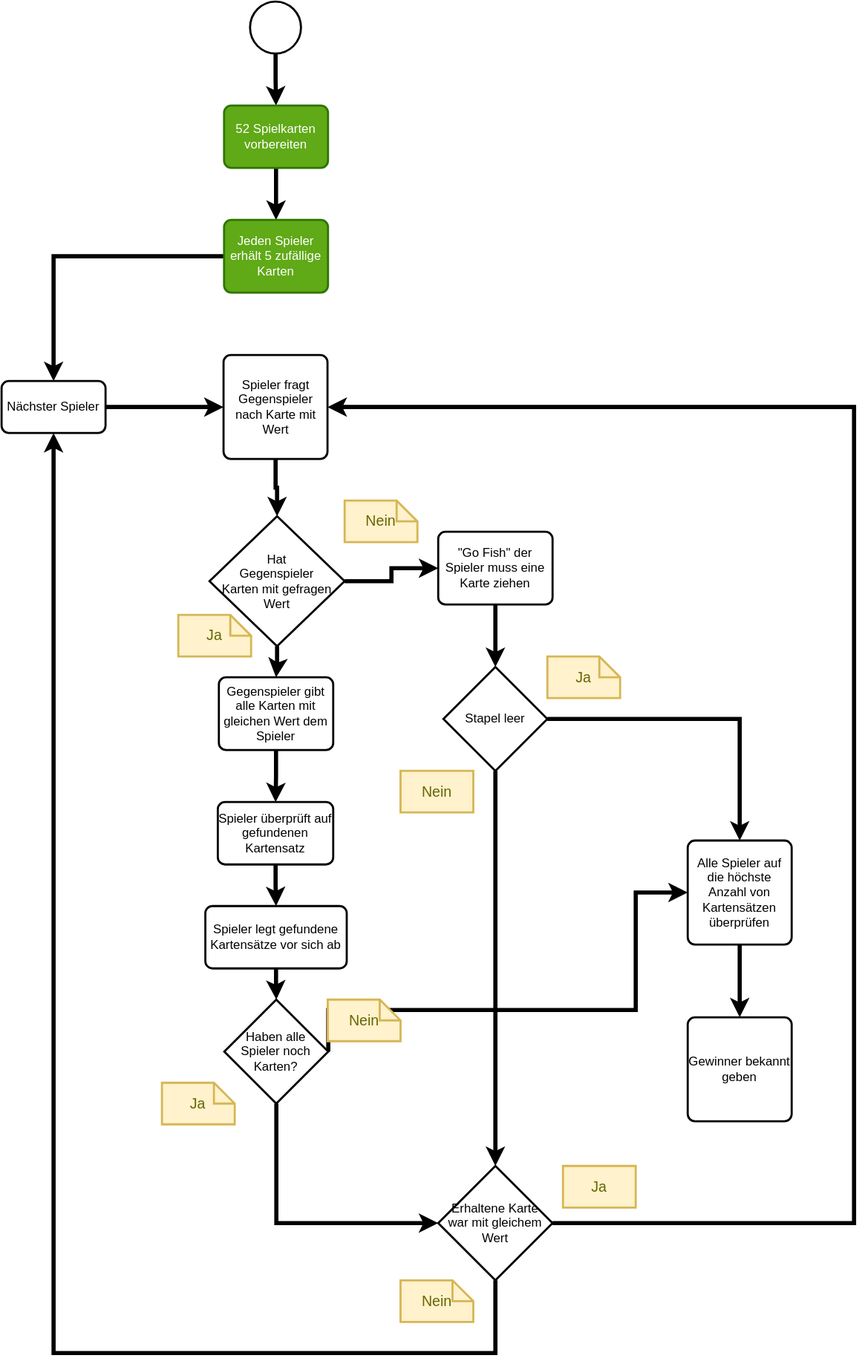
Earlier version of the draw.io export documentation/spielablauf.drawio.svg (GregorBiswanger/go-fish-core). Source tidied: cells renumbered, new cells last; positions are measured from the earlier drawing's top-left corner, leaving out a move shared by most shapes.
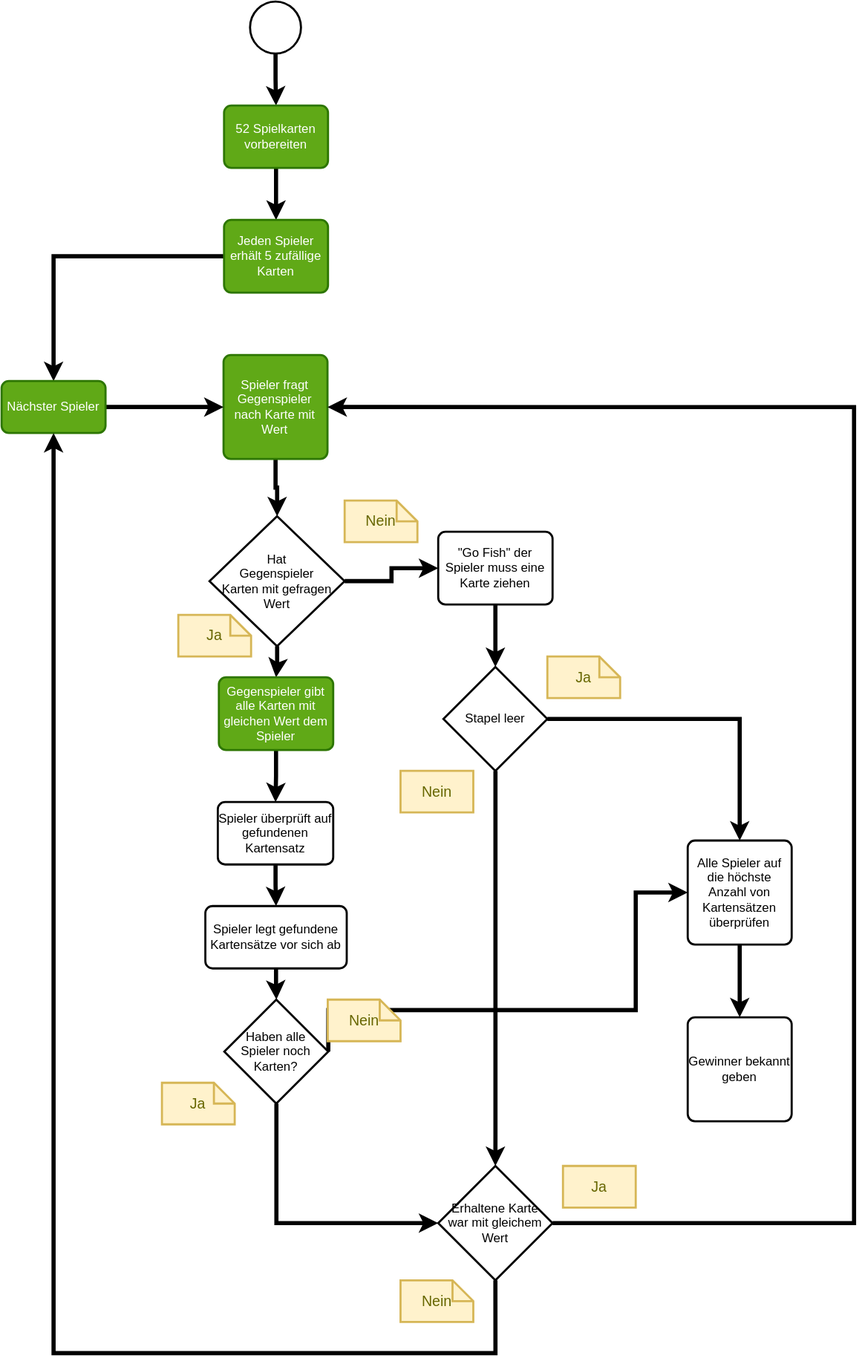
The same diagram one commit later.

Commit message:
Spieler fragt Gegenspieler nach vorhandenen Karten mit Wert, dann erhält Spieler diese Karten

Change to the diagram source:
```diff
@@ -23,7 +23,7 @@
     <mxCell id="8" style="edgeStyle=orthogonalEdgeStyle;rounded=0;jettySize=auto;html=1;strokeWidth=4;" parent="1" edge="1" source="9" target="12">
       <mxGeometry relative="1" as="geometry" />
     </mxCell>
-    <mxCell id="9" value="Spieler fragt Gegenspieler nach Karte mit Wert" style="rounded=1;whiteSpace=wrap;html=1;absoluteArcSize=1;arcSize=14;strokeWidth=2;" parent="1" vertex="1">
+    <mxCell id="9" value="Spieler fragt Gegenspieler nach Karte mit Wert" style="rounded=1;whiteSpace=wrap;html=1;absoluteArcSize=1;arcSize=14;strokeWidth=2;fillColor=#60a917;strokeColor=#2D7600;fontColor=#ffffff;" parent="1" vertex="1">
       <mxGeometry x="213.5" y="340" width="100" height="100" as="geometry" />
     </mxCell>
     <mxCell id="10" style="edgeStyle=orthogonalEdgeStyle;rounded=0;jettySize=auto;html=1;strokeWidth=4;" parent="1" edge="1" source="12" target="14">
@@ -38,7 +38,7 @@
     <mxCell id="13" style="edgeStyle=orthogonalEdgeStyle;rounded=0;jettySize=auto;html=1;strokeWidth=4;" parent="1" edge="1" source="14" target="16">
       <mxGeometry relative="1" as="geometry" />
     </mxCell>
-    <mxCell id="14" value="Gegenspieler gibt alle Karten mit gleichen Wert dem Spieler" style="rounded=1;whiteSpace=wrap;html=1;absoluteArcSize=1;arcSize=14;strokeWidth=2;" parent="1" vertex="1">
+    <mxCell id="14" value="Gegenspieler gibt alle Karten mit gleichen Wert dem Spieler" style="rounded=1;whiteSpace=wrap;html=1;absoluteArcSize=1;arcSize=14;strokeWidth=2;fillColor=#60a917;strokeColor=#2D7600;fontColor=#ffffff;" parent="1" vertex="1">
       <mxGeometry x="209" y="650" width="110" height="70" as="geometry" />
     </mxCell>
     <mxCell id="15" style="edgeStyle=orthogonalEdgeStyle;rounded=0;jettySize=auto;html=1;strokeWidth=4;" parent="1" edge="1" source="16" target="42">
@@ -87,7 +87,7 @@
     <mxCell id="28" style="edgeStyle=orthogonalEdgeStyle;rounded=0;jettySize=auto;html=1;strokeWidth=4;" parent="1" edge="1" source="29" target="9">
       <mxGeometry relative="1" as="geometry" />
     </mxCell>
-    <mxCell id="29" value="Nächster Spieler" style="rounded=1;whiteSpace=wrap;html=1;absoluteArcSize=1;arcSize=14;strokeWidth=2;" parent="1" vertex="1">
+    <mxCell id="29" value="Nächster Spieler" style="rounded=1;whiteSpace=wrap;html=1;absoluteArcSize=1;arcSize=14;strokeWidth=2;fillColor=#60a917;strokeColor=#2D7600;fontColor=#ffffff;" parent="1" vertex="1">
       <mxGeometry y="365" width="100" height="50" as="geometry" />
     </mxCell>
     <mxCell id="30" style="edgeStyle=orthogonalEdgeStyle;rounded=0;jettySize=auto;html=1;strokeWidth=4;exitX=1;exitY=0.5;exitDx=0;exitDy=0;exitPerimeter=0;" parent="1" edge="1" source="32" target="25">
```
